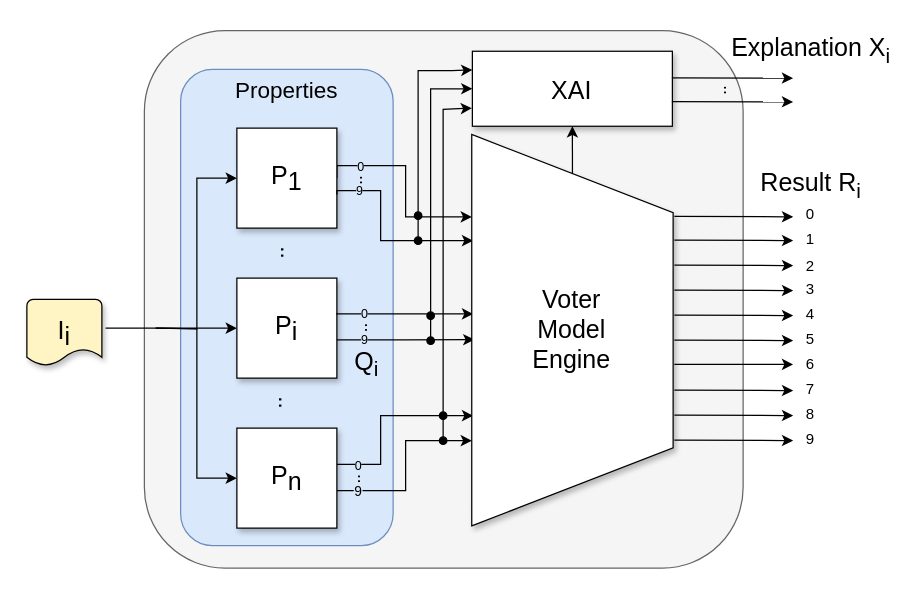
Above: diagrams/voting_prop_nn_2.drawio in paulwhitten/2021-naecon-xai_methdology_for_handwritten_applications (draw.io), before the change. Source tidied: cells renumbered, new cells numbered last; positions are measured from the earlier drawing's top-left corner, leaving out a move shared by most shapes. Both pictures are drawn from the tidied source at 125%, with x=0, y=0 at pixel (26, 21).
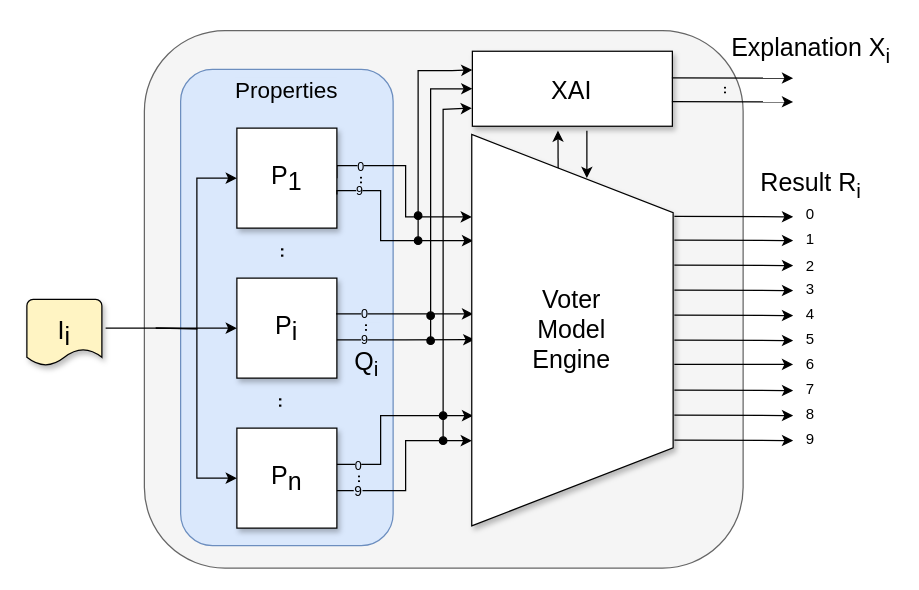
The same diagram, later.

Unchanged cells that the change refers to:
```xml
<mxCell id="22" value="XAI" style="rounded=0;whiteSpace=wrap;html=1;fontSize=20;shadow=1;" parent="1" vertex="1">
  <mxGeometry x="356.4" y="23.5" width="160" height="60" as="geometry" />
</mxCell>
<mxCell id="59" style="verticalLabelPosition=bottom;verticalAlign=top;html=1;shape=trapezoid;perimeter=trapezoidPerimeter;whiteSpace=wrap;size=0.19964454976303317;arcSize=10;flipV=1;shadow=1;labelBackgroundColor=none;rotation=-90;rounded=0;sketch=0;" parent="1" vertex="1">
  <mxGeometry x="279.9" y="166.1" width="313.1" height="161.1" as="geometry" />
</mxCell>
```

What changed in the source:
```diff
@@
-    <mxCell id="35" style="endArrow=classic;html=1;shadow=0;strokeColor=#000000;fontSize=10;entryX=0.5;entryY=1;entryDx=0;entryDy=0;exitX=1;exitY=0.5;exitDx=0;exitDy=0;" parent="1" edge="1" source="59" target="22">
+    <mxCell id="35" style="endArrow=classic;html=1;shadow=0;strokeColor=#000000;fontSize=10;entryX=0.428;entryY=1.058;entryDx=0;entryDy=0;exitX=0.911;exitY=0.571;exitDx=0;exitDy=0;entryPerimeter=0;exitPerimeter=0;" parent="1" edge="1" source="59" target="22">
       <mxGeometry relative="1" as="geometry" />
     </mxCell>
@@
+    <mxCell id="65" style="endArrow=classic;html=1;shadow=0;strokeColor=#000000;fontSize=10;" parent="1" edge="1">
+      <mxGeometry relative="1" as="geometry">
+        <mxPoint x="448" y="87" as="sourcePoint" />
+        <mxPoint x="448" y="125" as="targetPoint" />
+      </mxGeometry>
+    </mxCell>
```
